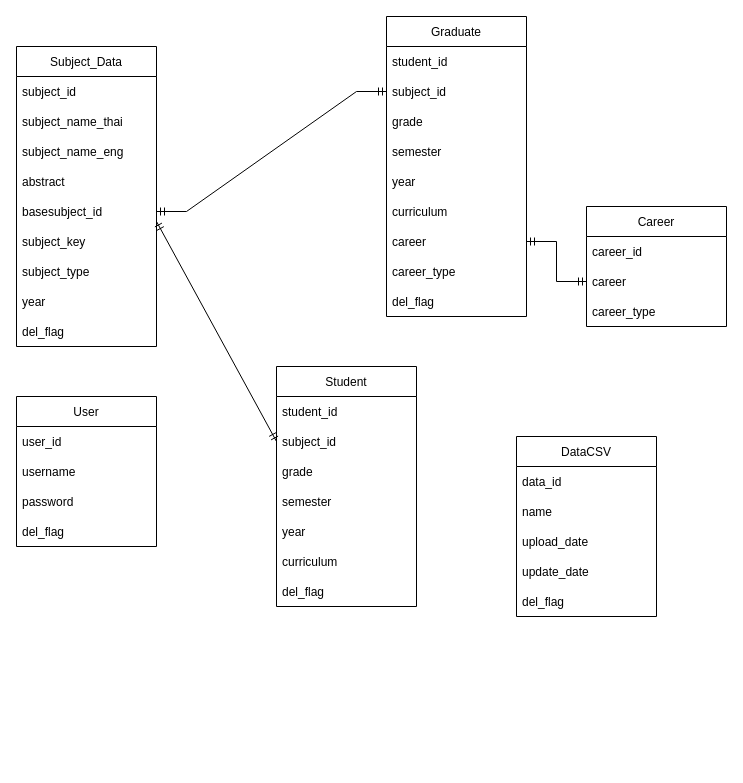
MashMaleLLO/Analytics_and_Prediction_System_for_CE_Curriculum_administrators keeps this draw.io diagram as Design_Architecture/Dataschema.drawio. Above is the earlier version. Source tidied: cells renumbered, new cells numbered last; positions are measured from the earlier drawing's top-left corner, leaving out a move shared by most shapes. Both pictures are drawn from the tidied source at 100%, with x=0, y=0 at pixel (16, 16).
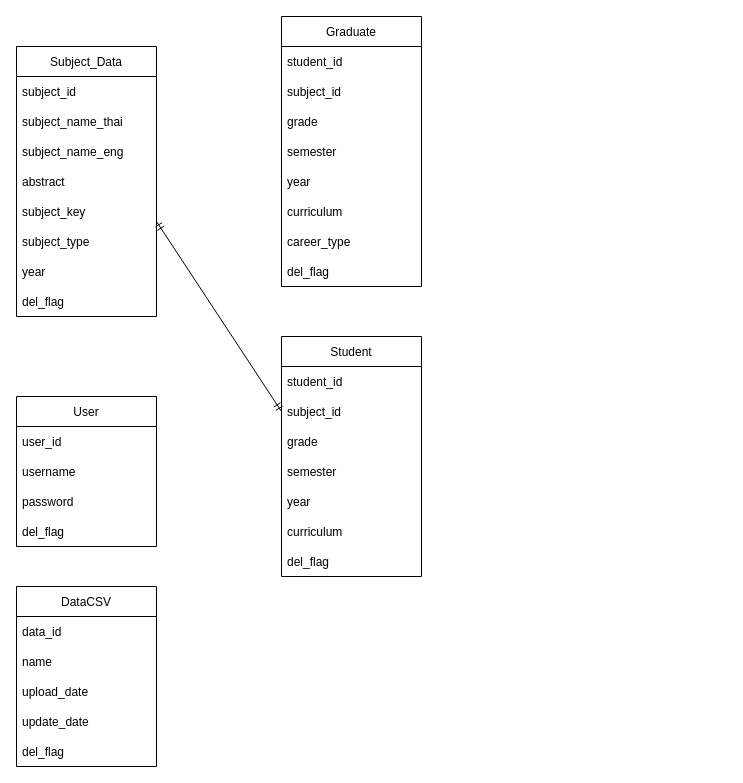
Above is the later version.

Unchanged cells that the change refers to:
```xml
<mxCell id="19" value="subject_id" style="text;strokeColor=none;fillColor=none;align=left;verticalAlign=middle;spacingLeft=4;spacingRight=4;overflow=hidden;points=[[0,0.5],[1,0.5]];portConstraint=eastwest;" parent="17" vertex="1">
  <mxGeometry y="60" width="140" height="30" as="geometry" />
</mxCell>
```

The edit, as a diff of the source:
```diff
@@
     <mxCell id="7" value="Subject_Data" style="swimlane;fontStyle=0;horizontal=1;startSize=30;" parent="1" vertex="1">
-      <mxGeometry y="30" width="140" height="300" as="geometry" />
+      <mxGeometry y="30" width="140" height="270" as="geometry" />
     </mxCell>
@@
-    <mxCell id="12" value="basesubject_id" style="text;strokeColor=none;fillColor=none;align=left;verticalAlign=middle;spacingLeft=4;spacingRight=4;overflow=hidden;points=[[0,0.5],[1,0.5]];portConstraint=eastwest;" parent="7" vertex="1">
-      <mxGeometry y="150" width="140" height="30" as="geometry" />
-    </mxCell>
     <mxCell id="13" value="subject_key" style="text;strokeColor=none;fillColor=none;align=left;verticalAlign=middle;spacingLeft=4;spacingRight=4;overflow=hidden;" parent="7" vertex="1">
-      <mxGeometry y="180" width="140" height="30" as="geometry" />
+      <mxGeometry y="150" width="140" height="30" as="geometry" />
     </mxCell>
     <mxCell id="14" value="subject_type" style="text;strokeColor=none;fillColor=none;align=left;verticalAlign=middle;spacingLeft=4;spacingRight=4;overflow=hidden;" parent="7" vertex="1">
-      <mxGeometry y="210" width="140" height="30" as="geometry" />
+      <mxGeometry y="180" width="140" height="30" as="geometry" />
     </mxCell>
     <mxCell id="15" value="year" style="text;strokeColor=none;fillColor=none;align=left;verticalAlign=middle;spacingLeft=4;spacingRight=4;overflow=hidden;" parent="7" vertex="1">
-      <mxGeometry y="240" width="140" height="30" as="geometry" />
+      <mxGeometry y="210" width="140" height="30" as="geometry" />
     </mxCell>
     <mxCell id="16" value="del_flag" style="text;strokeColor=none;fillColor=none;align=left;verticalAlign=middle;spacingLeft=4;spacingRight=4;overflow=hidden;" parent="7" vertex="1">
-      <mxGeometry y="270" width="140" height="30" as="geometry" />
+      <mxGeometry y="240" width="140" height="30" as="geometry" />
     </mxCell>
     <mxCell id="17" value="Graduate" style="swimlane;fontStyle=0;horizontal=1;startSize=30;" parent="1" vertex="1">
-      <mxGeometry x="370" width="140" height="300" as="geometry" />
+      <mxGeometry x="265" width="140" height="270" as="geometry" />
     </mxCell>
@@
-    <mxCell id="24" value="career" style="text;strokeColor=none;fillColor=none;align=left;verticalAlign=middle;spacingLeft=4;spacingRight=4;overflow=hidden;points=[[0,0.5],[1,0.5]];portConstraint=eastwest;" parent="17" vertex="1">
-      <mxGeometry y="210" width="140" height="30" as="geometry" />
-    </mxCell>
     <mxCell id="25" value="career_type" style="text;strokeColor=none;fillColor=none;align=left;verticalAlign=middle;spacingLeft=4;spacingRight=4;overflow=hidden;" parent="17" vertex="1">
-      <mxGeometry y="240" width="140" height="30" as="geometry" />
+      <mxGeometry y="210" width="140" height="30" as="geometry" />
     </mxCell>
     <mxCell id="26" value="del_flag" style="text;strokeColor=none;fillColor=none;align=left;verticalAlign=middle;spacingLeft=4;spacingRight=4;overflow=hidden;" parent="17" vertex="1">
-      <mxGeometry y="270" width="140" height="30" as="geometry" />
+      <mxGeometry y="240" width="140" height="30" as="geometry" />
     </mxCell>
-    <mxCell id="27" style="edgeStyle=entityRelationEdgeStyle;fontSize=12;html=1;endArrow=ERmandOne;startArrow=ERmandOne;rounded=0;entryX=1;entryY=0.5;entryDx=0;entryDy=0;exitX=0;exitY=0.5;exitDx=0;exitDy=0;" parent="1" edge="1" source="19" target="12">
-      <mxGeometry relative="1" as="geometry" />
-    </mxCell>
     <mxCell id="28" value="DataCSV" style="swimlane;fontStyle=0;horizontal=1;startSize=30;" parent="1" vertex="1">
-      <mxGeometry x="500" y="420" width="140" height="180" as="geometry" />
+      <mxGeometry y="570" width="140" height="180" as="geometry" />
     </mxCell>
@@
-    <mxCell id="34" value="Career" style="swimlane;fontStyle=0;horizontal=1;startSize=30;" parent="1" vertex="1">
-      <mxGeometry x="570" y="190" width="140" height="120" as="geometry" />
-    </mxCell>
-    <mxCell id="35" value="career_id" style="text;strokeColor=none;fillColor=none;align=left;verticalAlign=middle;spacingLeft=4;spacingRight=4;overflow=hidden;" parent="34" vertex="1">
-      <mxGeometry y="30" width="140" height="30" as="geometry" />
-    </mxCell>
-    <mxCell id="36" value="career" style="text;strokeColor=none;fillColor=none;align=left;verticalAlign=middle;spacingLeft=4;spacingRight=4;overflow=hidden;points=[[0,0.5],[1,0.5]];portConstraint=eastwest;" parent="34" vertex="1">
-      <mxGeometry y="60" width="140" height="30" as="geometry" />
-    </mxCell>
-    <mxCell id="37" value="career_type" style="text;strokeColor=none;fillColor=none;align=left;verticalAlign=middle;spacingLeft=4;spacingRight=4;overflow=hidden;" parent="34" vertex="1">
-      <mxGeometry y="90" width="140" height="30" as="geometry" />
-    </mxCell>
     <mxCell id="38" value="Student" style="swimlane;fontStyle=0;horizontal=1;startSize=30;" parent="1" vertex="1">
-      <mxGeometry x="260" y="350" width="140" height="240" as="geometry" />
+      <mxGeometry x="265" y="320" width="140" height="240" as="geometry" />
     </mxCell>
@@
-    <mxCell id="47" style="edgeStyle=entityRelationEdgeStyle;fontSize=12;html=1;endArrow=ERmandOne;startArrow=ERmandOne;rounded=0;entryX=1;entryY=0.5;entryDx=0;entryDy=0;exitX=0;exitY=0.5;exitDx=0;exitDy=0;" parent="1" edge="1" source="36" target="24">
-      <mxGeometry relative="1" as="geometry" />
-    </mxCell>
```
